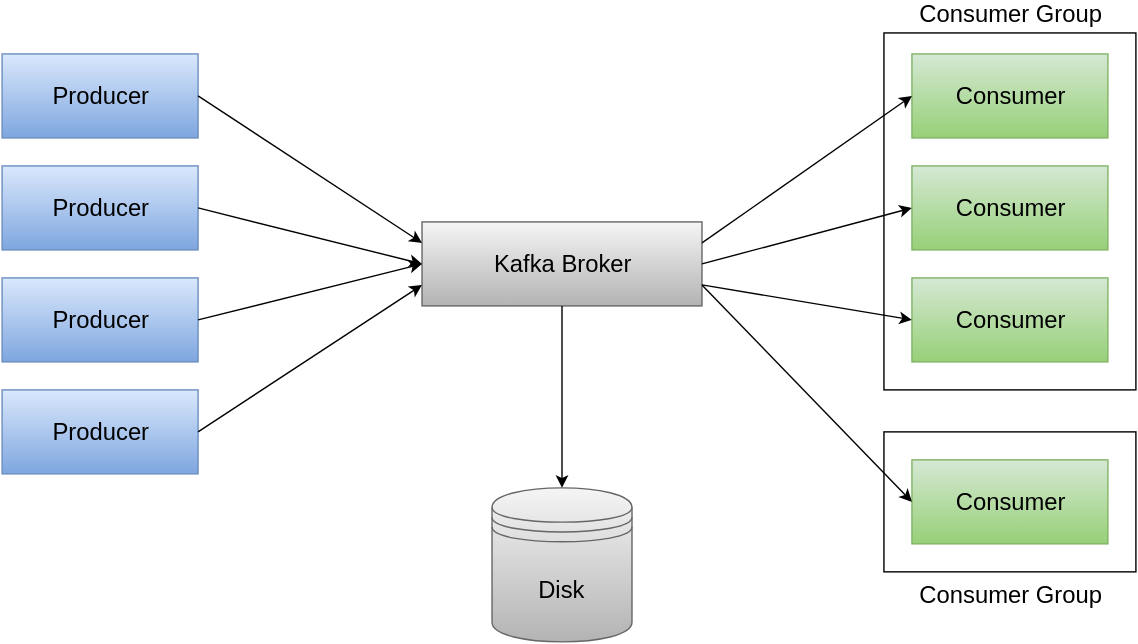
The draw.io diagram src/kafka-architectural_overview.svg in mguenther/presentations, before a commit. Source tidied: cells renumbered, new cells last; positions are measured from the earlier drawing's top-left corner, leaving out a move shared by most shapes.
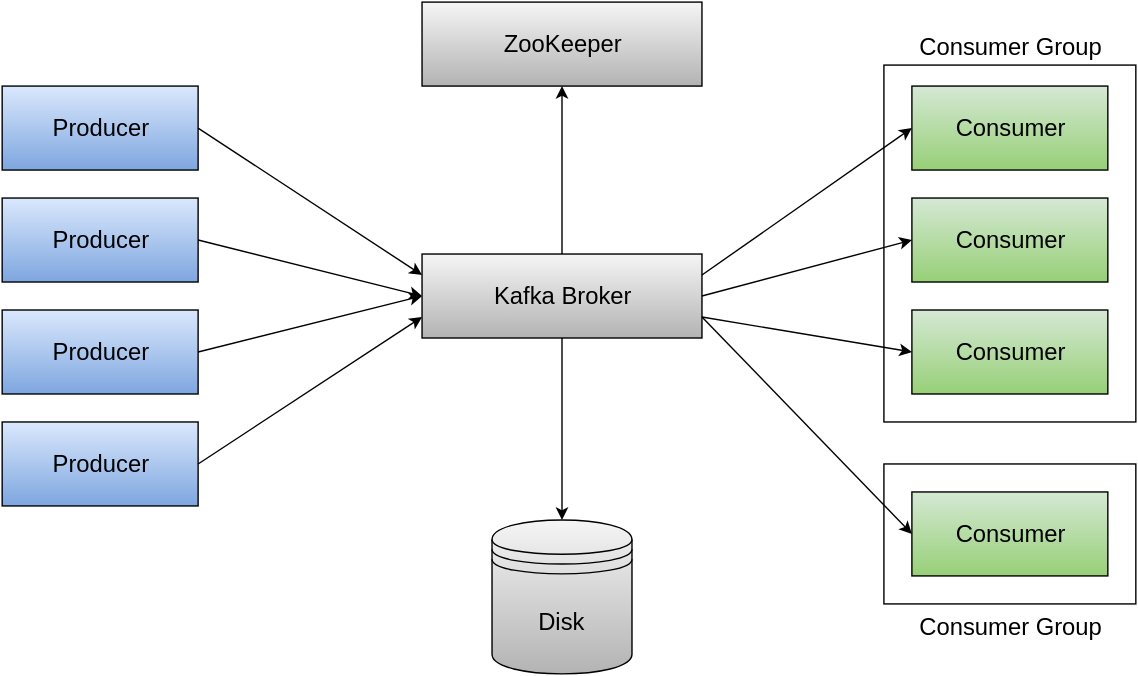
After the change.

The edit, as a diff of the source:
```diff
@@ -8,22 +8,22 @@
     <mxCell id="3" value="Consumer Group" style="whiteSpace=wrap;html=1;labelBackgroundColor=none;strokeColor=#000000;strokeWidth=1;fillColor=#ffffff;gradientColor=#ffffff;fontSize=17;fontColor=#000000;align=center;labelPosition=center;verticalLabelPosition=top;verticalAlign=bottom;" parent="1" vertex="1">
       <mxGeometry x="630" width="180" height="255" as="geometry" />
     </mxCell>
-    <mxCell id="4" value="Kafka Broker" style="rounded=1;whiteSpace=wrap;html=1;labelBackgroundColor=none;strokeColor=#666666;strokeWidth=1;fillColor=#f5f5f5;fontSize=17;fontColor=#000000;align=center;arcSize=0;gradientColor=#b3b3b3;" parent="1" vertex="1">
+    <mxCell id="4" value="Kafka Broker" style="rounded=1;whiteSpace=wrap;html=1;labelBackgroundColor=none;strokeColor=#000000;strokeWidth=1;fillColor=#f5f5f5;fontSize=17;fontColor=#000000;align=center;arcSize=0;gradientColor=#b3b3b3;" parent="1" vertex="1">
       <mxGeometry x="300" y="135" width="200" height="60" as="geometry" />
     </mxCell>
-    <mxCell id="5" value="Disk" style="shape=datastore;whiteSpace=wrap;html=1;labelBackgroundColor=none;strokeColor=#666666;strokeWidth=1;fillColor=#f5f5f5;gradientColor=#b3b3b3;fontSize=17;fontColor=#000000;align=center;" parent="1" vertex="1">
+    <mxCell id="5" value="Disk" style="shape=datastore;whiteSpace=wrap;html=1;labelBackgroundColor=none;strokeColor=#000000;strokeWidth=1;fillColor=#f5f5f5;gradientColor=#b3b3b3;fontSize=17;fontColor=#000000;align=center;" parent="1" vertex="1">
       <mxGeometry x="350" y="325" width="100" height="110" as="geometry" />
     </mxCell>
-    <mxCell id="6" value="Producer" style="rounded=1;whiteSpace=wrap;html=1;labelBackgroundColor=none;strokeColor=#6c8ebf;strokeWidth=1;fillColor=#dae8fc;fontSize=17;fontColor=#000000;align=center;arcSize=0;gradientColor=#7ea6e0;" parent="1" vertex="1">
+    <mxCell id="6" value="Producer" style="rounded=1;whiteSpace=wrap;html=1;labelBackgroundColor=none;strokeColor=#000000;strokeWidth=1;fillColor=#dae8fc;fontSize=17;fontColor=#000000;align=center;arcSize=0;gradientColor=#7ea6e0;" parent="1" vertex="1">
       <mxGeometry y="15" width="140" height="60" as="geometry" />
     </mxCell>
-    <mxCell id="7" value="Producer" style="rounded=1;whiteSpace=wrap;html=1;labelBackgroundColor=none;strokeColor=#6c8ebf;strokeWidth=1;fillColor=#dae8fc;fontSize=17;fontColor=#000000;align=center;arcSize=0;gradientColor=#7ea6e0;" parent="1" vertex="1">
+    <mxCell id="7" value="Producer" style="rounded=1;whiteSpace=wrap;html=1;labelBackgroundColor=none;strokeColor=#000000;strokeWidth=1;fillColor=#dae8fc;fontSize=17;fontColor=#000000;align=center;arcSize=0;gradientColor=#7ea6e0;" parent="1" vertex="1">
       <mxGeometry y="95" width="140" height="60" as="geometry" />
     </mxCell>
-    <mxCell id="8" value="Producer" style="rounded=1;whiteSpace=wrap;html=1;labelBackgroundColor=none;strokeColor=#6c8ebf;strokeWidth=1;fillColor=#dae8fc;fontSize=17;fontColor=#000000;align=center;arcSize=0;gradientColor=#7ea6e0;" parent="1" vertex="1">
+    <mxCell id="8" value="Producer" style="rounded=1;whiteSpace=wrap;html=1;labelBackgroundColor=none;strokeColor=#000000;strokeWidth=1;fillColor=#dae8fc;fontSize=17;fontColor=#000000;align=center;arcSize=0;gradientColor=#7ea6e0;" parent="1" vertex="1">
       <mxGeometry y="175" width="140" height="60" as="geometry" />
     </mxCell>
-    <mxCell id="9" value="Producer" style="rounded=1;whiteSpace=wrap;html=1;labelBackgroundColor=none;strokeColor=#6c8ebf;strokeWidth=1;fillColor=#dae8fc;fontSize=17;fontColor=#000000;align=center;arcSize=0;gradientColor=#7ea6e0;" parent="1" vertex="1">
+    <mxCell id="9" value="Producer" style="rounded=1;whiteSpace=wrap;html=1;labelBackgroundColor=none;strokeColor=#000000;strokeWidth=1;fillColor=#dae8fc;fontSize=17;fontColor=#000000;align=center;arcSize=0;gradientColor=#7ea6e0;" parent="1" vertex="1">
       <mxGeometry y="255" width="140" height="60" as="geometry" />
     </mxCell>
     <mxCell id="10" style="endArrow=classic;html=1;fontSize=17;fontColor=#000000;exitX=1;exitY=0.5;entryX=0;entryY=0.25;" parent="1" edge="1" source="6" target="4">
@@ -38,16 +38,16 @@
     <mxCell id="13" style="endArrow=classic;html=1;fontSize=17;fontColor=#000000;exitX=1;exitY=0.5;entryX=0;entryY=0.75;" parent="1" edge="1" source="9" target="4">
       <mxGeometry relative="1" as="geometry" />
     </mxCell>
-    <mxCell id="14" value="Consumer" style="rounded=1;whiteSpace=wrap;html=1;labelBackgroundColor=none;strokeColor=#82b366;strokeWidth=1;fillColor=#d5e8d4;fontSize=17;fontColor=#000000;align=center;arcSize=0;gradientColor=#97d077;" parent="1" vertex="1">
+    <mxCell id="14" value="Consumer" style="rounded=1;whiteSpace=wrap;html=1;labelBackgroundColor=none;strokeColor=#000000;strokeWidth=1;fillColor=#d5e8d4;fontSize=17;fontColor=#000000;align=center;arcSize=0;gradientColor=#97d077;" parent="1" vertex="1">
       <mxGeometry x="650" y="15" width="140" height="60" as="geometry" />
     </mxCell>
-    <mxCell id="15" value="Consumer" style="rounded=1;whiteSpace=wrap;html=1;labelBackgroundColor=none;strokeColor=#82b366;strokeWidth=1;fillColor=#d5e8d4;fontSize=17;fontColor=#000000;align=center;arcSize=0;gradientColor=#97d077;" parent="1" vertex="1">
+    <mxCell id="15" value="Consumer" style="rounded=1;whiteSpace=wrap;html=1;labelBackgroundColor=none;strokeColor=#000000;strokeWidth=1;fillColor=#d5e8d4;fontSize=17;fontColor=#000000;align=center;arcSize=0;gradientColor=#97d077;" parent="1" vertex="1">
       <mxGeometry x="650" y="95" width="140" height="60" as="geometry" />
     </mxCell>
-    <mxCell id="16" value="Consumer" style="rounded=1;whiteSpace=wrap;html=1;labelBackgroundColor=none;strokeColor=#82b366;strokeWidth=1;fillColor=#d5e8d4;fontSize=17;fontColor=#000000;align=center;arcSize=0;gradientColor=#97d077;" parent="1" vertex="1">
+    <mxCell id="16" value="Consumer" style="rounded=1;whiteSpace=wrap;html=1;labelBackgroundColor=none;strokeColor=#000000;strokeWidth=1;fillColor=#d5e8d4;fontSize=17;fontColor=#000000;align=center;arcSize=0;gradientColor=#97d077;" parent="1" vertex="1">
       <mxGeometry x="650" y="175" width="140" height="60" as="geometry" />
     </mxCell>
-    <mxCell id="17" value="Consumer" style="rounded=1;whiteSpace=wrap;html=1;labelBackgroundColor=none;strokeColor=#82b366;strokeWidth=1;fillColor=#d5e8d4;fontSize=17;fontColor=#000000;align=center;arcSize=0;gradientColor=#97d077;" parent="1" vertex="1">
+    <mxCell id="17" value="Consumer" style="rounded=1;whiteSpace=wrap;html=1;labelBackgroundColor=none;strokeColor=#000000;strokeWidth=1;fillColor=#d5e8d4;fontSize=17;fontColor=#000000;align=center;arcSize=0;gradientColor=#97d077;" parent="1" vertex="1">
       <mxGeometry x="650" y="305" width="140" height="60" as="geometry" />
     </mxCell>
     <mxCell id="18" style="endArrow=classic;html=1;fontSize=17;fontColor=#000000;exitX=0.5;exitY=1;entryX=0.5;entryY=0;" parent="1" edge="1" source="4" target="5">
@@ -65,5 +65,11 @@
     <mxCell id="22" style="endArrow=classic;html=1;fontSize=17;fontColor=#000000;exitX=1;exitY=0.75;entryX=0;entryY=0.5;" parent="1" edge="1" source="4" target="17">
       <mxGeometry relative="1" as="geometry" />
     </mxCell>
+    <mxCell id="23" value="ZooKeeper" style="rounded=1;whiteSpace=wrap;html=1;labelBackgroundColor=none;strokeColor=#000000;strokeWidth=1;fillColor=#f5f5f5;fontSize=17;fontColor=#000000;align=center;arcSize=0;gradientColor=#b3b3b3;" parent="1" vertex="1">
+      <mxGeometry x="300" y="-45" width="200" height="60" as="geometry" />
+    </mxCell>
+    <mxCell id="24" style="endArrow=classic;html=1;strokeColor=#000000;strokeWidth=1;fontFamily=Helvetica;fontSize=17;fontColor=#000000;exitX=0.5;exitY=0;entryX=0.5;entryY=1;" parent="1" edge="1" source="4" target="23">
+      <mxGeometry relative="1" as="geometry" />
+    </mxCell>
   </root>
 </mxGraphModel>
```
